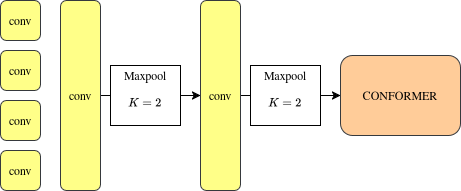
The draw.io diagram assets/b2txt/images/model.png in HenriGuillaume/HenriGuillaume.github.io, before a commit. Source tidied: cells renumbered, new cells last; positions are measured from the earlier drawing's top-left corner, leaving out a move shared by most shapes.
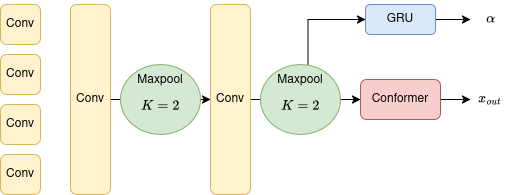
After the change.

Commit message:
updated b2txt post

Change to the diagram source:
```diff
@@ -2,38 +2,60 @@
   <root>
     <mxCell id="0" />
     <mxCell id="1" parent="0" />
-    <mxCell id="2" value="conv" style="rounded=1;whiteSpace=wrap;html=1;fillColor=#ffff88;strokeColor=#36393d;" parent="1" vertex="1">
-      <mxGeometry width="40" height="40" as="geometry" />
-    </mxCell>
-    <mxCell id="3" value="conv" style="rounded=1;whiteSpace=wrap;html=1;fillColor=#ffff88;strokeColor=#36393d;" parent="1" vertex="1">
-      <mxGeometry y="50" width="40" height="40" as="geometry" />
-    </mxCell>
-    <mxCell id="4" value="conv" style="rounded=1;whiteSpace=wrap;html=1;fillColor=#ffff88;strokeColor=#36393d;" parent="1" vertex="1">
-      <mxGeometry y="100" width="40" height="40" as="geometry" />
-    </mxCell>
-    <mxCell id="5" value="conv" style="rounded=1;whiteSpace=wrap;html=1;fillColor=#ffff88;strokeColor=#36393d;" parent="1" vertex="1">
-      <mxGeometry y="150" width="40" height="40" as="geometry" />
-    </mxCell>
-    <mxCell id="6" style="edgeStyle=orthogonalEdgeStyle;rounded=0;jettySize=auto;html=1;entryX=0;entryY=0.5;entryDx=0;entryDy=0;" parent="1" edge="1" source="7" target="9">
-      <mxGeometry relative="1" as="geometry" />
-    </mxCell>
-    <mxCell id="7" value="conv" style="rounded=1;whiteSpace=wrap;html=1;fillColor=#ffff88;strokeColor=#36393d;" parent="1" vertex="1">
-      <mxGeometry x="60" width="40" height="190" as="geometry" />
-    </mxCell>
-    <mxCell id="8" style="edgeStyle=orthogonalEdgeStyle;rounded=0;jettySize=auto;html=1;entryX=0;entryY=0.5;entryDx=0;entryDy=0;" parent="1" edge="1" source="9" target="11">
-      <mxGeometry relative="1" as="geometry" />
-    </mxCell>
-    <mxCell id="9" value="conv" style="rounded=1;whiteSpace=wrap;html=1;fillColor=#ffff88;strokeColor=#36393d;" parent="1" vertex="1">
-      <mxGeometry x="200" width="40" height="190" as="geometry" />
-    </mxCell>
-    <mxCell id="10" value="&lt;div&gt;Maxpool&lt;/div&gt;&lt;div&gt;$$K=2$$&lt;/div&gt;" style="rounded=0;whiteSpace=wrap;html=1;" parent="1" vertex="1">
-      <mxGeometry x="110" y="65" width="70" height="60" as="geometry" />
-    </mxCell>
-    <mxCell id="11" value="CONFORMER" style="rounded=1;whiteSpace=wrap;html=1;fillColor=#ffcc99;strokeColor=#36393d;" parent="1" vertex="1">
-      <mxGeometry x="340" y="55" width="120" height="80" as="geometry" />
-    </mxCell>
-    <mxCell id="12" value="&lt;div&gt;Maxpool&lt;/div&gt;&lt;div&gt;$$K=2$$&lt;/div&gt;" style="rounded=0;whiteSpace=wrap;html=1;" parent="1" vertex="1">
-      <mxGeometry x="250" y="65" width="70" height="60" as="geometry" />
-    </mxCell>
+    <mxCell id="13" value="Conv" style="rounded=1;whiteSpace=wrap;html=1;fillColor=#fff2cc;strokeColor=#d6b656;" parent="1" vertex="1">
+      <mxGeometry x="-80" width="40" height="40" as="geometry" />
+    </mxCell>
+    <mxCell id="14" value="Conv" style="rounded=1;whiteSpace=wrap;html=1;fillColor=#fff2cc;strokeColor=#d6b656;" parent="1" vertex="1">
+      <mxGeometry x="-80" y="50" width="40" height="40" as="geometry" />
+    </mxCell>
+    <mxCell id="15" value="Conv" style="rounded=1;whiteSpace=wrap;html=1;fillColor=#fff2cc;strokeColor=#d6b656;" parent="1" vertex="1">
+      <mxGeometry x="-80" y="100" width="40" height="40" as="geometry" />
+    </mxCell>
+    <mxCell id="16" value="Conv" style="rounded=1;whiteSpace=wrap;html=1;fillColor=#fff2cc;strokeColor=#d6b656;" parent="1" vertex="1">
+      <mxGeometry x="-80" y="150" width="40" height="40" as="geometry" />
+    </mxCell>
+    <mxCell id="17" style="edgeStyle=orthogonalEdgeStyle;rounded=0;jettySize=auto;html=1;entryX=0;entryY=0.5;entryDx=0;entryDy=0;" parent="1" edge="1" source="18" target="21">
+      <mxGeometry relative="1" as="geometry" />
+    </mxCell>
+    <mxCell id="18" value="Conv" style="rounded=1;whiteSpace=wrap;html=1;fillColor=#fff2cc;strokeColor=#d6b656;" parent="1" vertex="1">
+      <mxGeometry x="-10" width="40" height="190" as="geometry" />
+    </mxCell>
+    <mxCell id="19" style="edgeStyle=orthogonalEdgeStyle;rounded=0;jettySize=auto;html=1;entryX=0;entryY=0.5;entryDx=0;entryDy=0;" parent="1" edge="1" source="21" target="23">
+      <mxGeometry relative="1" as="geometry" />
+    </mxCell>
+    <mxCell id="20" style="edgeStyle=orthogonalEdgeStyle;rounded=0;jettySize=auto;html=1;entryX=0;entryY=0.5;entryDx=0;entryDy=0;" parent="1" edge="1" source="21" target="27">
+      <mxGeometry relative="1" as="geometry" />
+    </mxCell>
+    <mxCell id="21" value="Conv" style="rounded=1;whiteSpace=wrap;html=1;fillColor=#fff2cc;strokeColor=#d6b656;" parent="1" vertex="1">
+      <mxGeometry x="130" width="40" height="190" as="geometry" />
+    </mxCell>
+    <mxCell id="22" style="edgeStyle=orthogonalEdgeStyle;rounded=0;jettySize=auto;html=1;" parent="1" edge="1" source="23">
+      <mxGeometry relative="1" as="geometry">
+        <mxPoint x="390" y="95" as="targetPoint" />
+      </mxGeometry>
+    </mxCell>
+    <mxCell id="23" value="Conformer" style="rounded=1;whiteSpace=wrap;html=1;fillColor=#f8cecc;strokeColor=#b85450;" parent="1" vertex="1">
+      <mxGeometry x="280" y="75" width="80" height="40" as="geometry" />
+    </mxCell>
+    <mxCell id="24" value="&lt;div&gt;Maxpool&lt;/div&gt;&lt;div&gt;$$K=2$$&lt;/div&gt;" style="ellipse;whiteSpace=wrap;html=1;fillColor=#d5e8d4;strokeColor=#82b366;" parent="1" vertex="1">
+      <mxGeometry x="40" y="60" width="80" height="70" as="geometry" />
+    </mxCell>
+    <mxCell id="25" value="&lt;div&gt;Maxpool&lt;/div&gt;&lt;div&gt;$$K=2$$&lt;/div&gt;" style="ellipse;whiteSpace=wrap;html=1;fillColor=#d5e8d4;strokeColor=#82b366;" parent="1" vertex="1">
+      <mxGeometry x="180" y="60" width="80" height="70" as="geometry" />
+    </mxCell>
+    <mxCell id="26" style="edgeStyle=orthogonalEdgeStyle;rounded=0;jettySize=auto;html=1;" parent="1" edge="1" source="27">
+      <mxGeometry relative="1" as="geometry">
+        <mxPoint x="390" y="15" as="targetPoint" />
+      </mxGeometry>
+    </mxCell>
+    <mxCell id="27" value="GRU" style="rounded=1;whiteSpace=wrap;html=1;fillColor=#dae8fc;strokeColor=#6c8ebf;" parent="1" vertex="1">
+      <mxGeometry x="285" width="70" height="30" as="geometry" />
+    </mxCell>
+    <mxCell id="28" value="$$\alpha$$" style="text;html=1;whiteSpace=wrap;strokeColor=none;fillColor=none;align=center;verticalAlign=middle;rounded=0;" parent="1" vertex="1">
+      <mxGeometry x="380" width="60" height="30" as="geometry" />
+    </mxCell>
+    <mxCell id="29" value="$$x_{out}$$" style="text;html=1;whiteSpace=wrap;strokeColor=none;fillColor=none;align=center;verticalAlign=middle;rounded=0;" parent="1" vertex="1">
+      <mxGeometry x="380" y="80" width="60" height="30" as="geometry" />
+    </mxCell>
   </root>
 </mxGraphModel>
```
